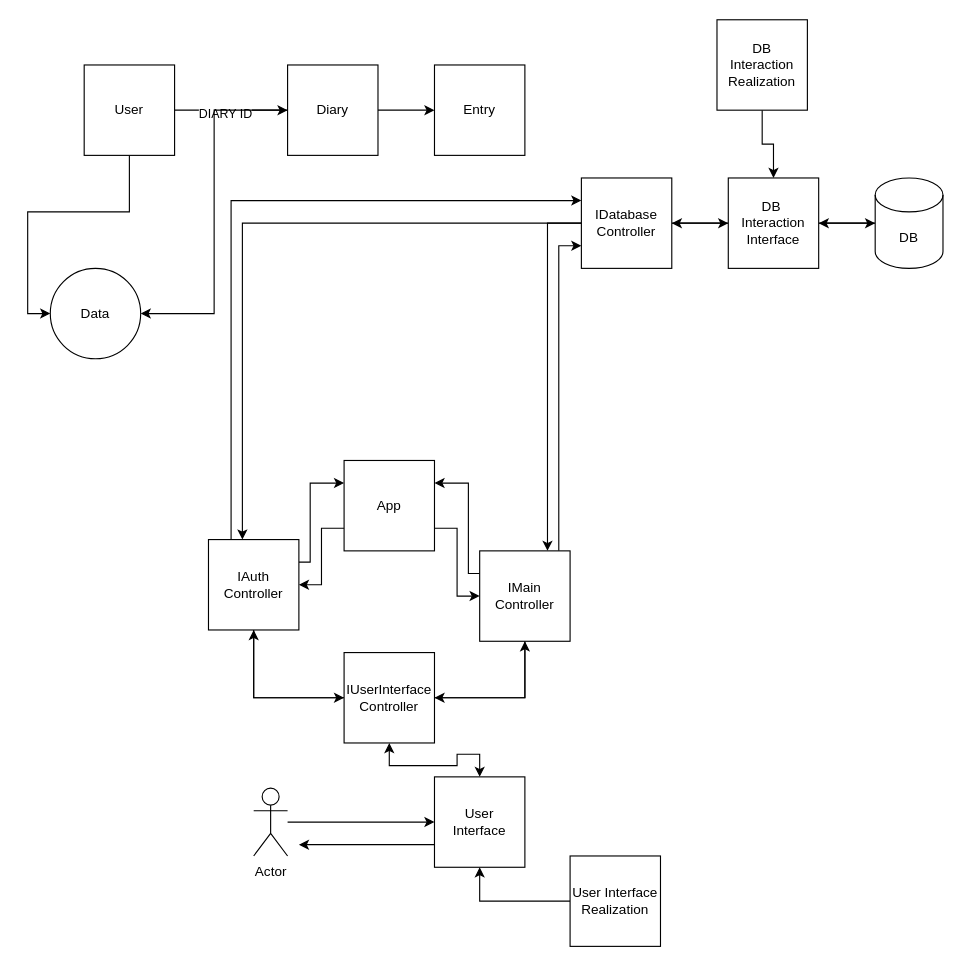
This is page "Страница — 1" (1 of 5) of Diagrams/DiaryApp.drawio from SPYASHII/DiaryApp, a draw.io file, before an edit. Source tidied: cells renumbered, new cells numbered last; positions are measured from the earlier drawing's top-left corner, leaving out a move shared by most shapes. Both pictures are drawn from the tidied source at 113%, with x=0, y=0 at pixel (50, 19).
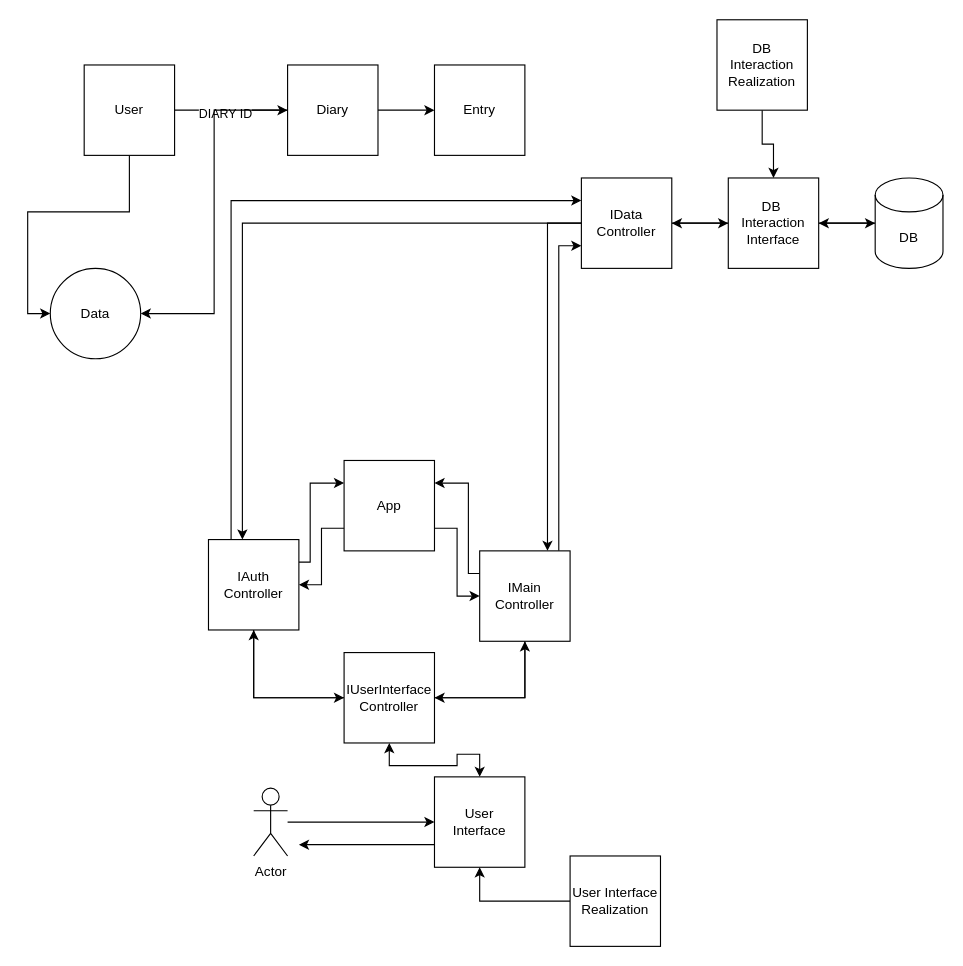
The same diagram, later.

Change to the diagram source:
```diff
@@
-    <mxCell id="20" value="IDatabase&lt;div&gt;Controller&lt;/div&gt;" style="whiteSpace=wrap;html=1;" parent="1" vertex="1">
+    <mxCell id="20" value="IData&lt;div&gt;Controller&lt;/div&gt;" style="whiteSpace=wrap;html=1;" parent="1" vertex="1">
       <mxGeometry x="470" y="140" width="80" height="80" as="geometry" />
     </mxCell>
```
